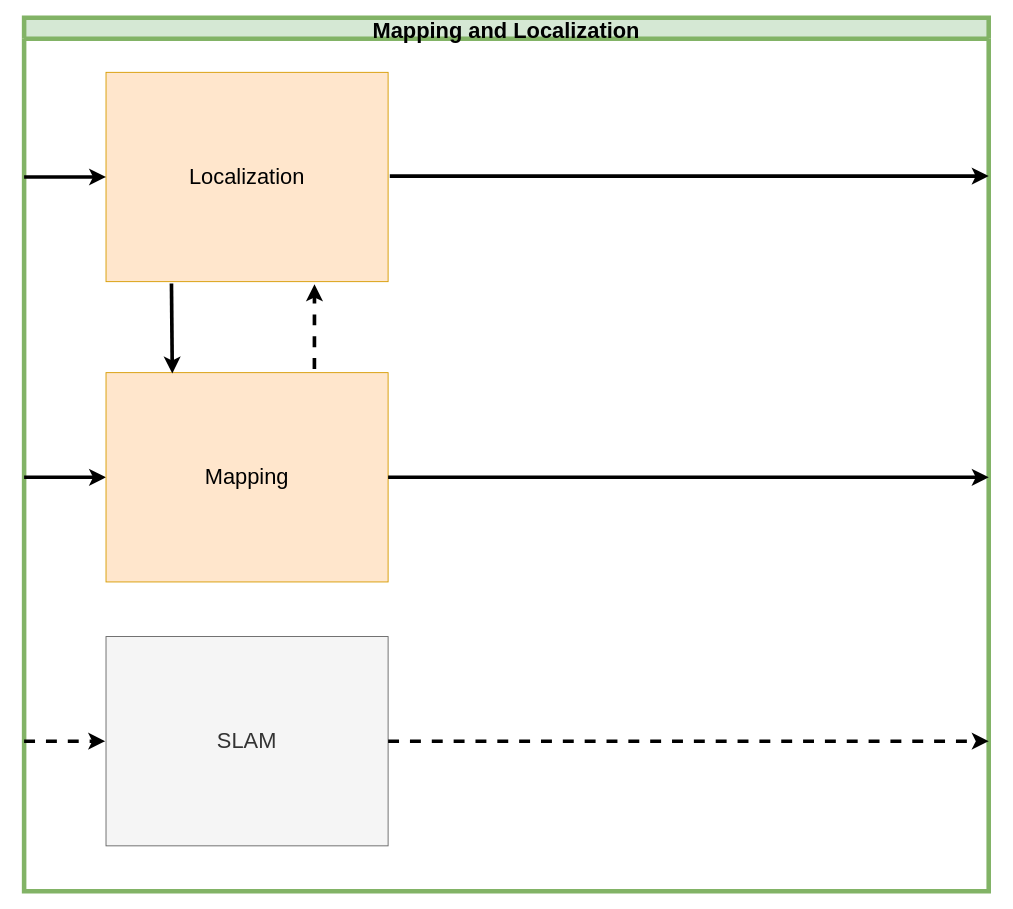
The draw.io diagram page "#2 Localization and Mapping" (5 of 13) of TestNav.drawio in ipa-dmo/ipa_outdoor_docu, before the edit. Source tidied: cells renumbered, new cells numbered last; positions are measured from the earlier drawing's top-left corner, leaving out a move shared by most shapes. Both pictures are drawn from the tidied source at 91%, with x=0, y=0 at pixel (24, 17). Pictures stored in the file or linked from it are replaced by grey dashed boxes.
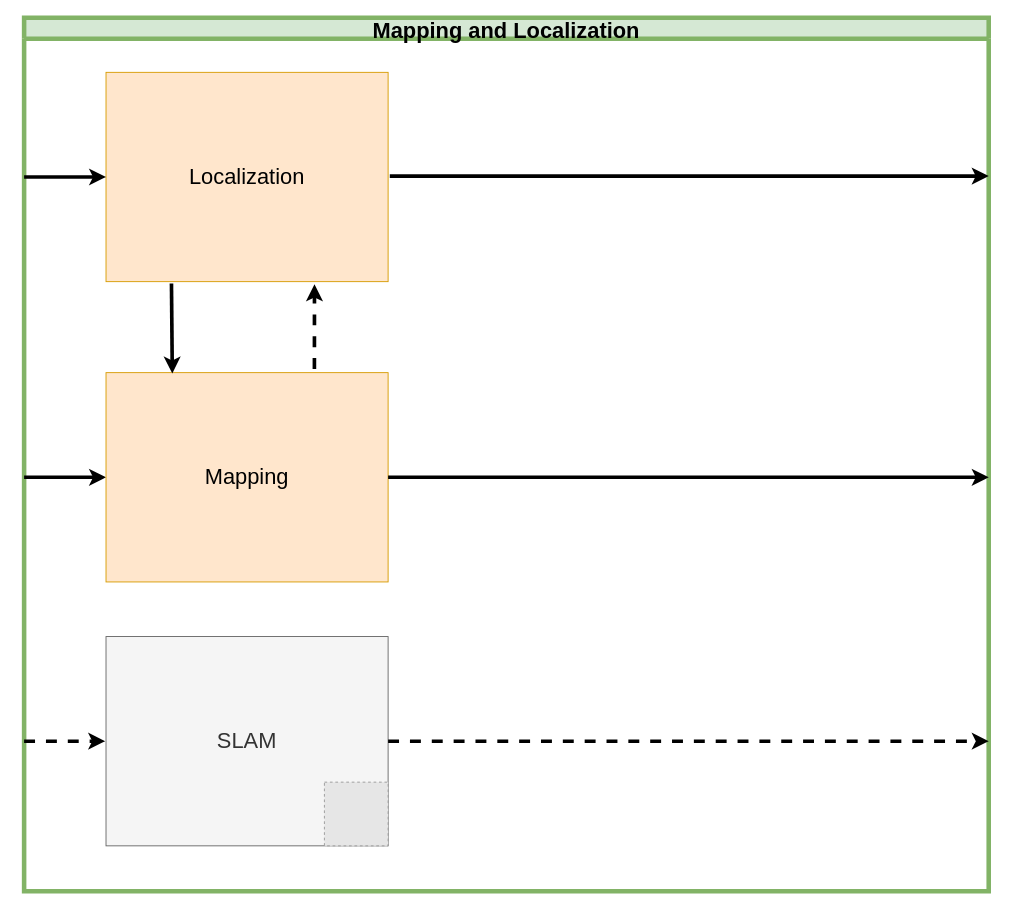
After the change.

Diff of the diagram source:
```diff
@@
 <mxGraphModel>
   <root>
     <mxCell id="0" />
     <mxCell id="1" parent="0" />
     <mxCell id="2" value="Mapping and Localization" style="swimlane;fillColor=#d5e8d4;strokeColor=#82b366;fontSize=24;strokeWidth=5;" parent="1" vertex="1">
       <mxGeometry width="1060" height="960" as="geometry" />
     </mxCell>
     <mxCell id="3" style="endArrow=classic;entryX=0;entryY=0.5;entryDx=0;entryDy=0;verticalAlign=top;horizontal=1;strokeWidth=4;" parent="2" edge="1" target="5">
       <mxGeometry relative="1" as="geometry">
         <mxPoint y="505" as="sourcePoint" />
       </mxGeometry>
     </mxCell>
     <mxCell id="4" value="&lt;font style=&quot;font-size: 24px&quot;&gt;Localization&lt;/font&gt;" style="whiteSpace=wrap;html=1;fillColor=#ffe6cc;strokeColor=#d79b00;" parent="2" vertex="1">
       <mxGeometry x="90" y="60" width="310" height="230" as="geometry" />
     </mxCell>
     <mxCell id="5" value="&lt;font style=&quot;font-size: 24px&quot;&gt;Mapping&lt;/font&gt;" style="whiteSpace=wrap;html=1;fillColor=#ffe6cc;strokeColor=#d79b00;" parent="2" vertex="1">
       <mxGeometry x="90" y="390" width="310" height="230" as="geometry" />
     </mxCell>
     <mxCell id="6" style="endArrow=classic;html=1;entryX=0;entryY=0.5;entryDx=0;entryDy=0;strokeWidth=4;" parent="2" edge="1" target="4">
       <mxGeometry relative="1" as="geometry">
         <mxPoint y="175" as="sourcePoint" />
       </mxGeometry>
     </mxCell>
     <mxCell id="7" style="endArrow=classic;html=1;exitX=0.232;exitY=1.009;exitDx=0;exitDy=0;strokeWidth=4;exitPerimeter=0;entryX=0.235;entryY=0.004;entryDx=0;entryDy=0;entryPerimeter=0;" parent="2" edge="1" source="4" target="5">
       <mxGeometry relative="1" as="geometry" />
     </mxCell>
     <mxCell id="8" style="edgeStyle=elbowEdgeStyle;rounded=0;jettySize=auto;html=0;verticalAlign=top;strokeWidth=4;exitX=1.006;exitY=0.496;exitDx=0;exitDy=0;exitPerimeter=0;" parent="2" edge="1" source="4">
       <mxGeometry relative="1" as="geometry">
         <mxPoint x="1060" y="174" as="targetPoint" />
       </mxGeometry>
     </mxCell>
     <mxCell id="9" style="edgeStyle=orthogonalEdgeStyle;rounded=0;jettySize=auto;html=0;verticalAlign=top;exitX=1;exitY=0.5;exitDx=0;exitDy=0;strokeWidth=4;" parent="2" edge="1" source="5">
       <mxGeometry relative="1" as="geometry">
         <mxPoint x="1060" y="505" as="targetPoint" />
       </mxGeometry>
     </mxCell>
     <mxCell id="10" style="endArrow=classic;html=1;entryX=0.739;entryY=1.013;entryDx=0;entryDy=0;strokeWidth=4;entryPerimeter=0;dashed=1;" parent="2" edge="1" target="4">
       <mxGeometry relative="1" as="geometry">
         <mxPoint x="319" y="386" as="sourcePoint" />
       </mxGeometry>
     </mxCell>
     <mxCell id="11" value="&lt;font style=&quot;font-size: 24px&quot;&gt;SLAM&lt;/font&gt;" style="whiteSpace=wrap;html=1;fillColor=#f5f5f5;strokeColor=#666666;fontColor=#333333;" parent="2" vertex="1">
       <mxGeometry x="90" y="680" width="310" height="230" as="geometry" />
     </mxCell>
     <mxCell id="12" style="endArrow=classic;entryX=-0.003;entryY=0.5;entryDx=0;entryDy=0;verticalAlign=top;horizontal=1;strokeWidth=4;entryPerimeter=0;dashed=1;" parent="2" edge="1" target="11">
       <mxGeometry relative="1" as="geometry">
         <mxPoint y="795" as="sourcePoint" />
       </mxGeometry>
     </mxCell>
     <mxCell id="13" style="edgeStyle=orthogonalEdgeStyle;rounded=0;jettySize=auto;html=0;verticalAlign=top;exitX=1;exitY=0.5;exitDx=0;exitDy=0;strokeWidth=4;exitPerimeter=0;dashed=1;" parent="2" edge="1" source="11">
       <mxGeometry relative="1" as="geometry">
         <mxPoint x="1060" y="795" as="targetPoint" />
       </mxGeometry>
     </mxCell>
+    <mxCell id="14" style="fillColor=#E6E6E6;strokeColor=#999999;dashed=1;html=1;verticalAlign=top;verticalLabelPosition=bottom;labelBackgroundColor=#ffffff;fontColor=#FF0000;" parent="2" vertex="1">
+      <mxGeometry x="330" y="840" width="70" height="70" as="geometry" />
+    </mxCell>
   </root>
 </mxGraphModel>
```
